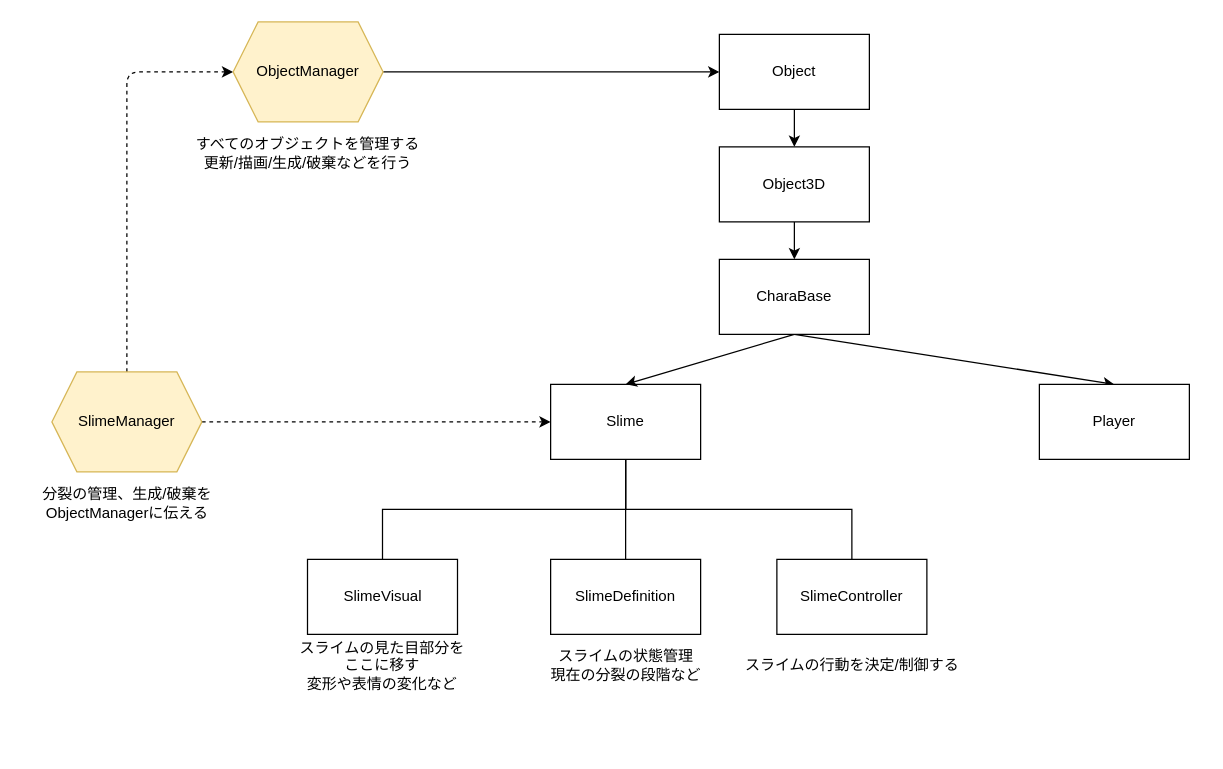
Above: Slime3D.drawio in AyameOtani/Slime3D (draw.io), before the change. Source tidied: cells renumbered, new cells numbered last; positions are measured from the earlier drawing's top-left corner, leaving out a move shared by most shapes. Both pictures are drawn from the tidied source at 125%, with x=0, y=0 at pixel (21, 21).
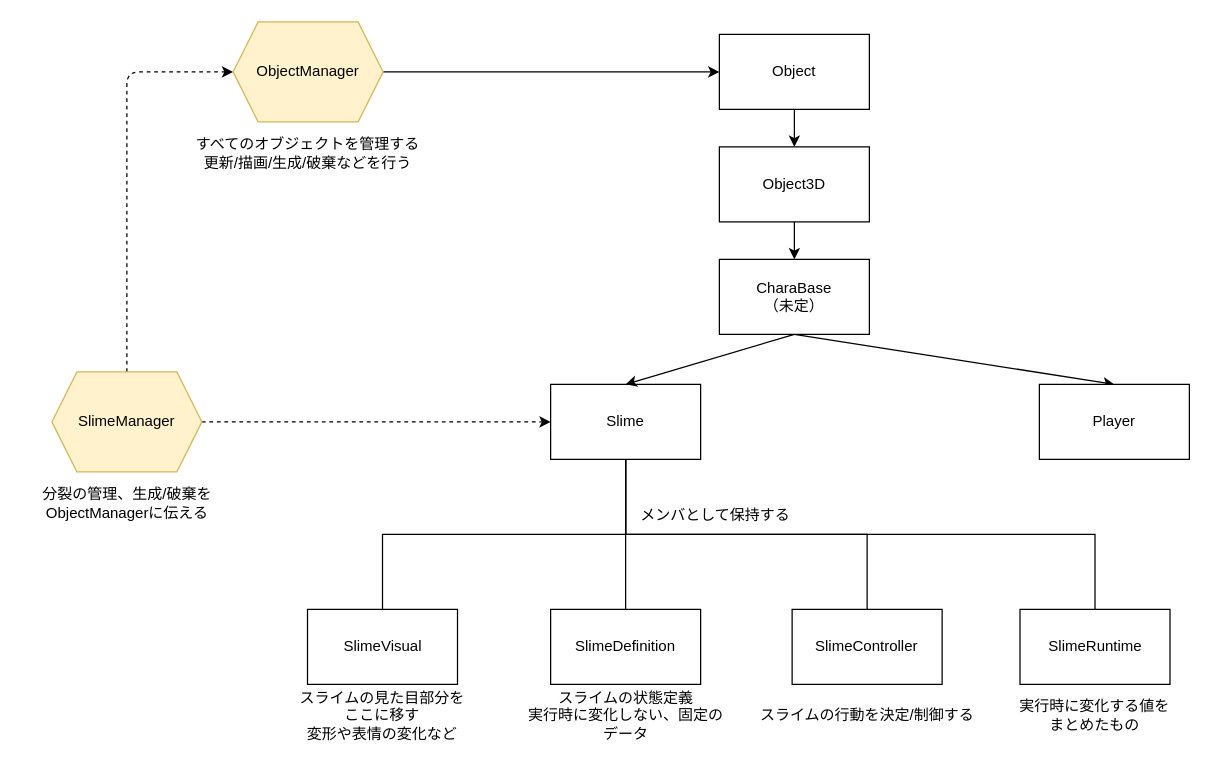
The same page after the edit.

The change refers to these unchanged cells:
```xml
<mxCell id="9" value="Slime" style="rounded=0;whiteSpace=wrap;html=1;" parent="1" vertex="1">
  <mxGeometry x="423" y="290" width="120" height="60" as="geometry" />
</mxCell>
```

Diff of the diagram source:
```diff
@@
+    <mxCell id="27" style="edgeStyle=orthogonalEdgeStyle;html=1;exitX=0.5;exitY=1;exitDx=0;exitDy=0;entryX=0.5;entryY=0;entryDx=0;entryDy=0;rounded=0;endArrow=none;endFill=0;" parent="1" edge="1" source="9" target="28">
+      <mxGeometry relative="1" as="geometry" />
+    </mxCell>
@@
-    <mxCell id="12" value="CharaBase" style="rounded=0;whiteSpace=wrap;html=1;" parent="1" vertex="1">
+    <mxCell id="12" value="CharaBase&lt;br&gt;（未定）" style="rounded=0;whiteSpace=wrap;html=1;" parent="1" vertex="1">
       <mxGeometry x="558" y="190" width="120" height="60" as="geometry" />
     </mxCell>
@@
     <mxCell id="21" value="SlimeVisual" style="rounded=0;whiteSpace=wrap;html=1;" parent="1" vertex="1">
-      <mxGeometry x="228.5" y="430" width="120" height="60" as="geometry" />
+      <mxGeometry x="228.5" y="470" width="120" height="60" as="geometry" />
     </mxCell>
     <mxCell id="22" value="スライムの見た目部分を&lt;br&gt;ここに移す&lt;br&gt;変形や表情の変化など" style="text;html=1;whiteSpace=wrap;strokeColor=none;fillColor=none;align=center;verticalAlign=middle;rounded=0;" parent="1" vertex="1">
-      <mxGeometry x="204" y="490" width="169" height="50" as="geometry" />
+      <mxGeometry x="204" y="530" width="169" height="50" as="geometry" />
     </mxCell>
     <mxCell id="23" value="SlimeDefinition" style="rounded=0;whiteSpace=wrap;html=1;" parent="1" vertex="1">
-      <mxGeometry x="423" y="430" width="120" height="60" as="geometry" />
+      <mxGeometry x="423" y="470" width="120" height="60" as="geometry" />
     </mxCell>
-    <mxCell id="24" value="スライムの状態管理&lt;div&gt;現在の分裂の段階など&lt;/div&gt;" style="text;html=1;whiteSpace=wrap;strokeColor=none;fillColor=none;align=center;verticalAlign=middle;rounded=0;" parent="1" vertex="1">
-      <mxGeometry x="398.5" y="490" width="169" height="50" as="geometry" />
+    <mxCell id="24" value="スライムの状態定義&lt;br&gt;実行時に変化しない、固定のデータ" style="text;html=1;whiteSpace=wrap;strokeColor=none;fillColor=none;align=center;verticalAlign=middle;rounded=0;" parent="1" vertex="1">
+      <mxGeometry x="398.5" y="530" width="169" height="50" as="geometry" />
     </mxCell>
     <mxCell id="25" value="SlimeController" style="rounded=0;whiteSpace=wrap;html=1;" parent="1" vertex="1">
-      <mxGeometry x="604" y="430" width="120" height="60" as="geometry" />
+      <mxGeometry x="616.2" y="470" width="120" height="60" as="geometry" />
     </mxCell>
     <mxCell id="26" value="スライムの行動を決定/制御する" style="text;html=1;whiteSpace=wrap;strokeColor=none;fillColor=none;align=center;verticalAlign=middle;rounded=0;" parent="1" vertex="1">
-      <mxGeometry x="571.8" y="490" width="184.5" height="50" as="geometry" />
+      <mxGeometry x="584" y="530" width="184.5" height="50" as="geometry" />
     </mxCell>
+    <mxCell id="28" value="SlimeRuntime" style="rounded=0;whiteSpace=wrap;html=1;" parent="1" vertex="1">
+      <mxGeometry x="798.5" y="470" width="120" height="60" as="geometry" />
+    </mxCell>
+    <mxCell id="29" value="実行時に変化する値を&lt;br&gt;まとめたもの" style="text;html=1;whiteSpace=wrap;strokeColor=none;fillColor=none;align=center;verticalAlign=middle;rounded=0;" parent="1" vertex="1">
+      <mxGeometry x="774" y="530" width="169" height="50" as="geometry" />
+    </mxCell>
+    <mxCell id="30" value="メンバとして保持する" style="text;html=1;whiteSpace=wrap;strokeColor=none;fillColor=none;align=center;verticalAlign=middle;rounded=0;" parent="1" vertex="1">
+      <mxGeometry x="484" y="380" width="142.2" height="30" as="geometry" />
+    </mxCell>
```
